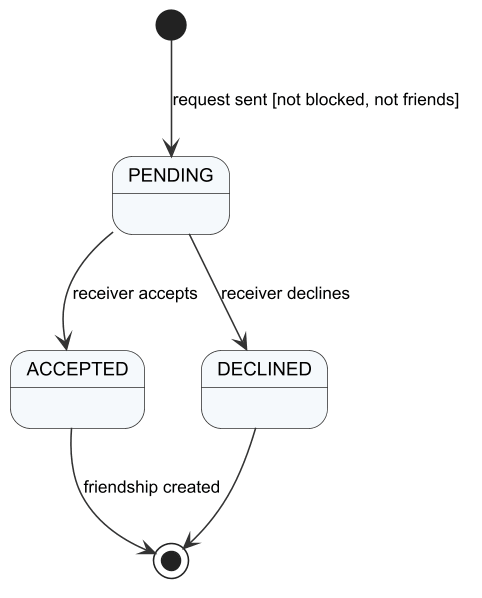
Above: Doc/Project_report/Report/diagrams/png/r4_sm_friend.png in Tad-Min/PickleVerse (PlantUML), before the change.
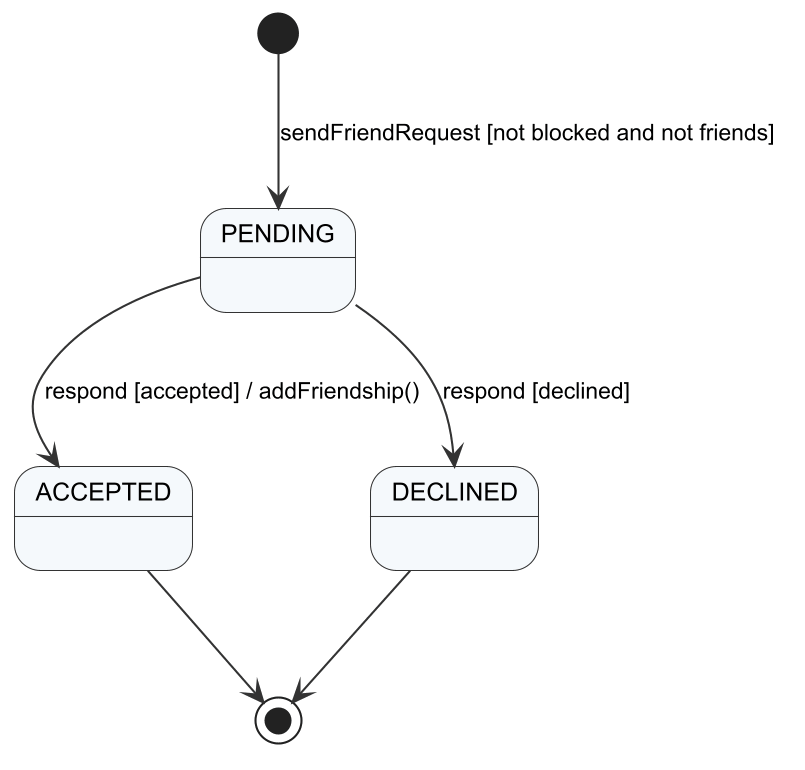
The same file after the commit.

Change to the diagram source:
```diff
@@ -1,8 +1,8 @@
 @startuml r4_sm_friend
 !include _style.iuml
-[*] --> PENDING : request sent [not blocked, not friends]
-PENDING --> ACCEPTED : receiver accepts
-PENDING --> DECLINED : receiver declines
-ACCEPTED --> [*] : friendship created
+[*] --> PENDING : sendFriendRequest [not blocked and not friends]
+PENDING --> ACCEPTED : respond [accepted] / addFriendship()
+PENDING --> DECLINED : respond [declined]
+ACCEPTED --> [*]
 DECLINED --> [*]
 @enduml
```
